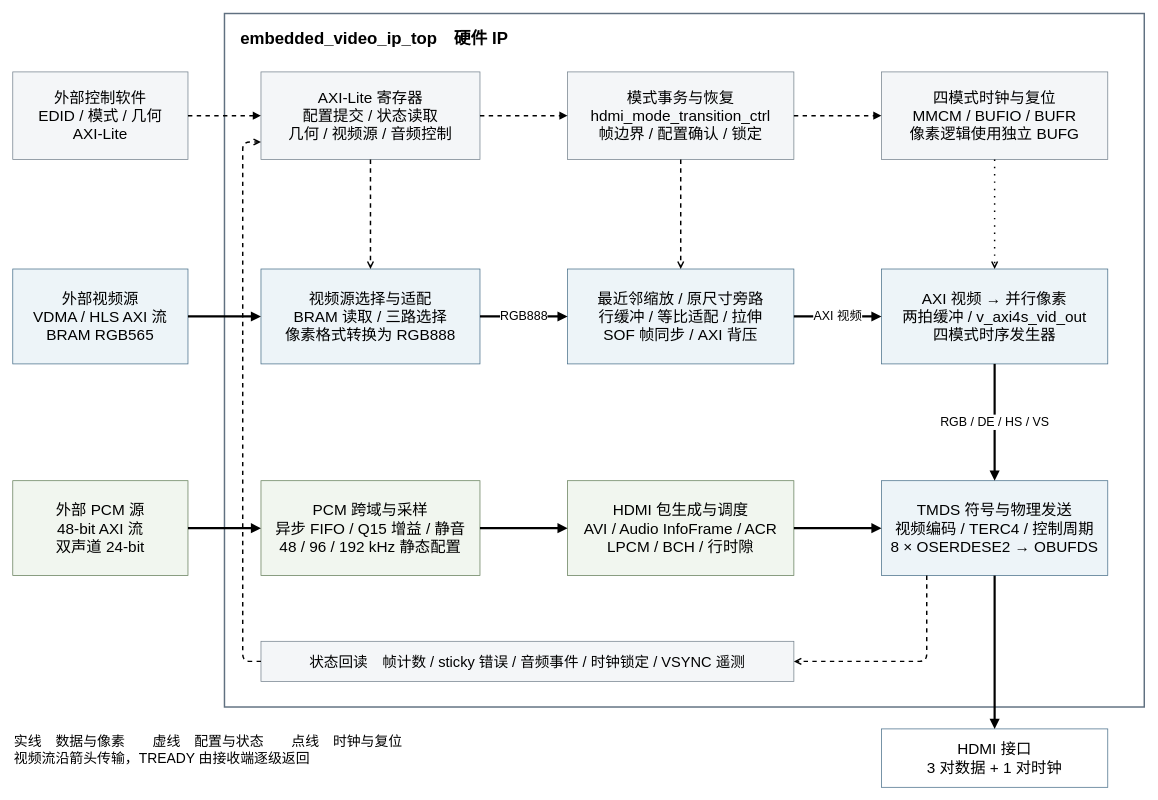
This is docs/figures/video-overview.drawio from ArthurPan2026/EmbeddedVideoIP, a draw.io file, before an edit. Source tidied: cells renumbered, new cells numbered last; positions are measured from the earlier drawing's top-left corner, leaving out a move shared by most shapes. Both pictures are drawn from the tidied source at 73%, with x=0, y=0 at pixel (12, 13).
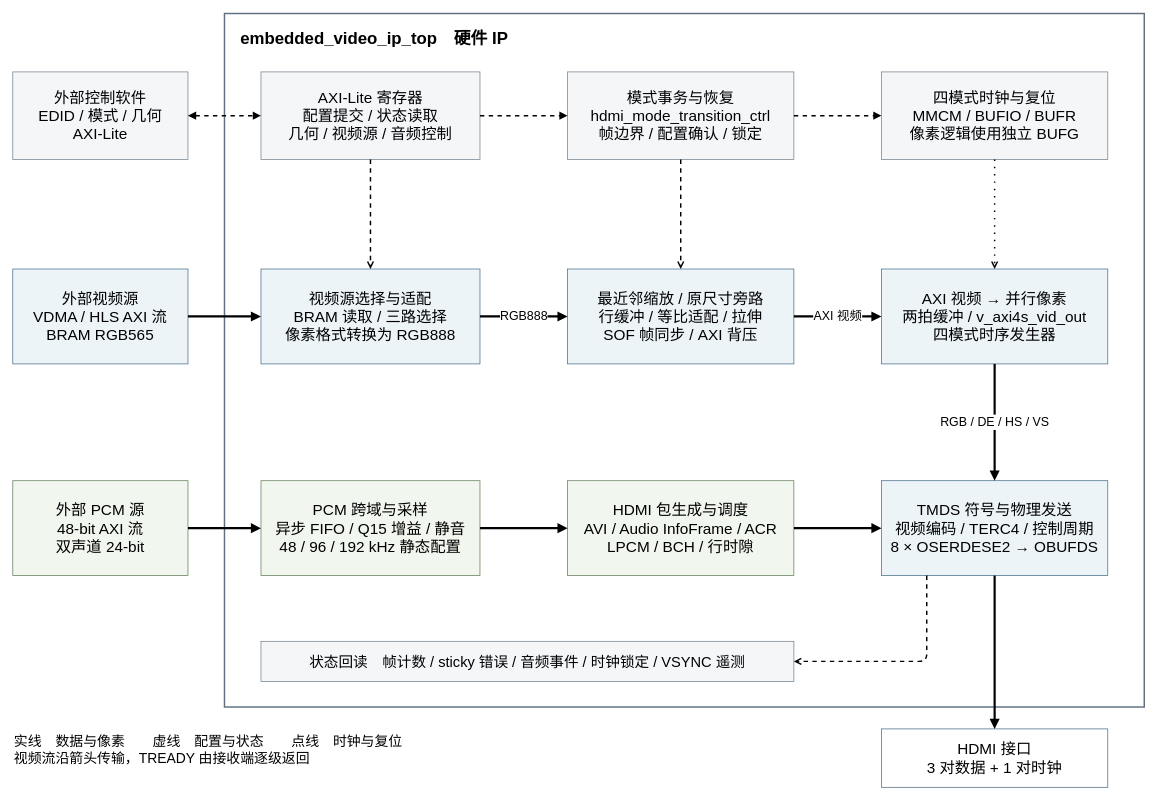
Above is the later version.

The change refers to these unchanged cells:
```xml
<mxCell id="3" value="外部控制软件&#10;EDID / 模式 / 几何&#10;AXI-Lite" style="rounded=0;whiteSpace=wrap;html=1;fontFamily=Microsoft YaHei;fontSize=21;fillColor=#f4f6f8;strokeColor=#73808c;" parent="1" vertex="1">
  <mxGeometry y="80" width="240" height="120" as="geometry" />
</mxCell>
<mxCell id="4" value="AXI-Lite 寄存器&#10;配置提交 / 状态读取&#10;几何 / 视频源 / 音频控制" style="rounded=0;whiteSpace=wrap;html=1;fontFamily=Microsoft YaHei;fontSize=21;fillColor=#f4f6f8;strokeColor=#73808c;" parent="1" vertex="1">
  <mxGeometry x="340" y="80" width="300" height="120" as="geometry" />
</mxCell>
<mxCell id="15" value="状态回读　帧计数 / sticky 错误 / 音频事件 / 时钟锁定 / VSYNC 遥测" style="rounded=0;whiteSpace=wrap;html=1;fontFamily=Microsoft YaHei;fontSize=20;fillColor=#f4f6f8;strokeColor=#73808c;" parent="1" vertex="1">
  <mxGeometry x="340" y="860" width="730" height="55" as="geometry" />
</mxCell>
```

Change to the diagram source:
```diff
@@
-    <mxCell id="18" style="edgeStyle=orthogonalEdgeStyle;html=1;dashed=1;endArrow=block;strokeWidth=2;" parent="1" edge="1" source="3" target="4">
+    <mxCell id="18" style="edgeStyle=orthogonalEdgeStyle;html=1;dashed=1;startArrow=block;startFill=1;endArrow=block;strokeWidth=2;" parent="1" edge="1" source="3" target="4">
       <mxGeometry relative="1" as="geometry" />
     </mxCell>
@@
-    <mxCell id="32" style="edgeStyle=orthogonalEdgeStyle;html=1;exitX=0;exitY=0.5;entryX=0;entryY=0.8;endArrow=open;dashed=1;strokeWidth=2;" parent="1" edge="1" source="15" target="4">
-      <mxGeometry relative="1" as="geometry">
-        <Array as="points">
-          <mxPoint x="315" y="887" />
-          <mxPoint x="315" y="176" />
-        </Array>
-      </mxGeometry>
-    </mxCell>
```
